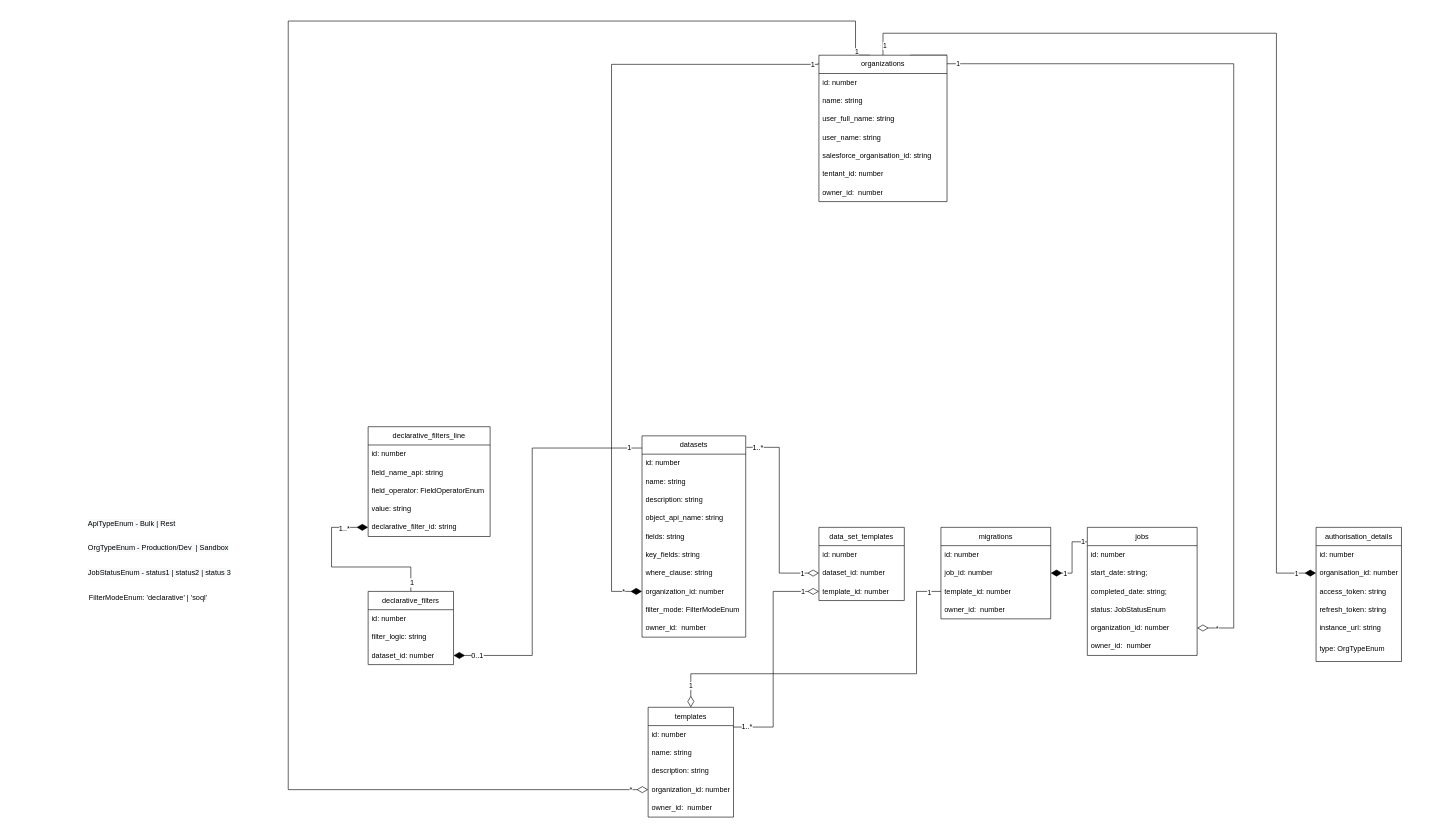
The draw.io diagram dm-database.drawio in dtrrk/umldiagrams, before the edit. Source tidied: cells renumbered, new cells numbered last; positions are measured from the earlier drawing's top-left corner, leaving out a move shared by most shapes. Both pictures are drawn from the tidied source at 61%, with x=0, y=0 at pixel (81, 21).
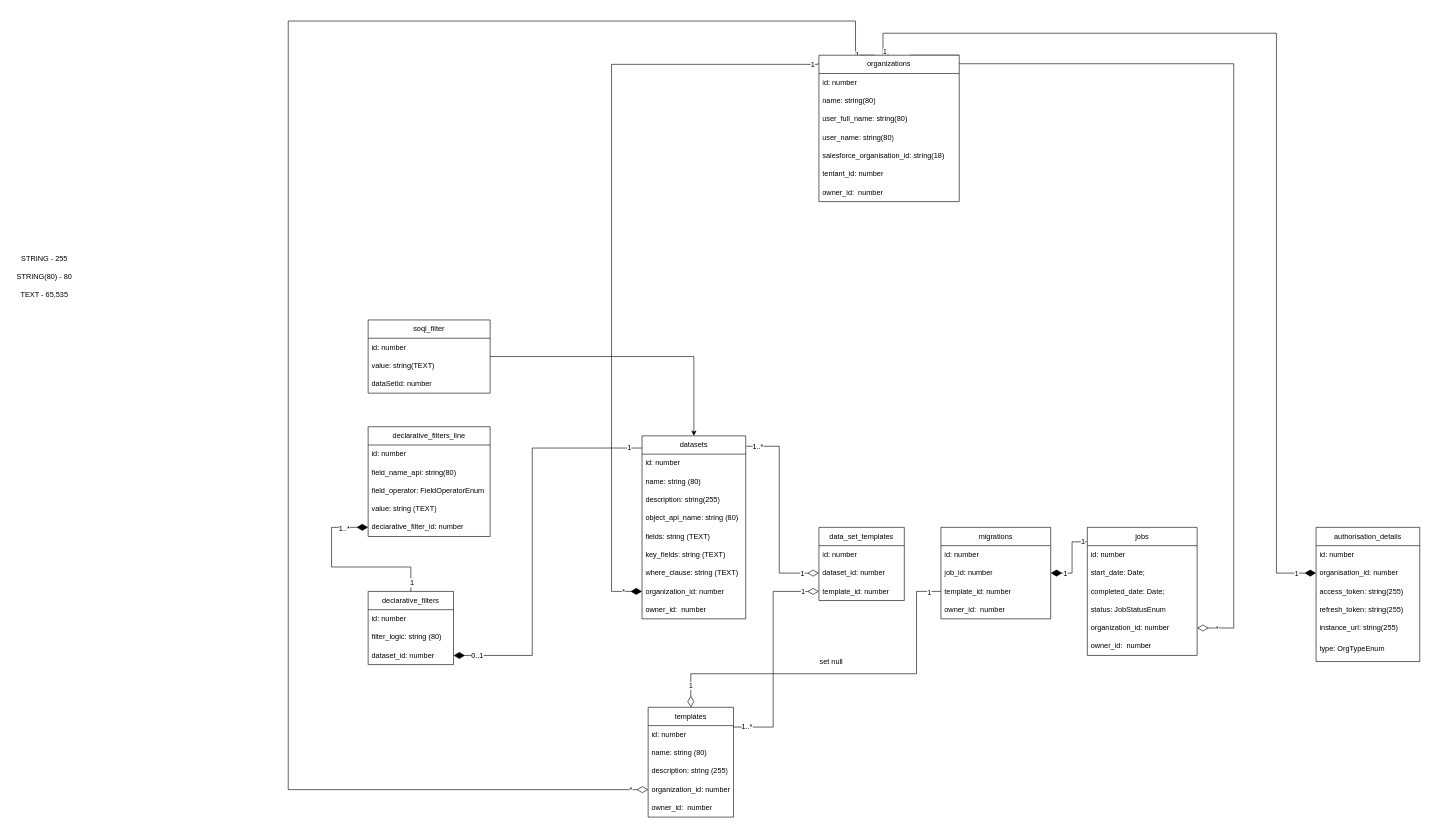
The same page after the edit.

The change refers to these unchanged cells:
```xml
<mxCell id="22" value="templates" style="swimlane;fontStyle=0;horizontal=1;startSize=30;whiteSpace=wrap;html=1;strokeColor=default;" parent="1" vertex="1">
  <mxGeometry x="930" y="1125" width="140" height="180" as="geometry" />
</mxCell>
<mxCell id="35" value="jobs" style="swimlane;fontStyle=0;horizontal=1;startSize=30;whiteSpace=wrap;html=1;strokeColor=default;" parent="1" vertex="1">
  <mxGeometry x="1650" y="830" width="180" height="210" as="geometry" />
</mxCell>
<mxCell id="78" value="declarative_filters" style="swimlane;fontStyle=0;horizontal=1;startSize=30;whiteSpace=wrap;html=1;strokeColor=default;" parent="1" vertex="1">
  <mxGeometry x="471" y="935" width="140" height="120" as="geometry" />
</mxCell>
<mxCell id="82" value="declarative_filters_line" style="swimlane;fontStyle=0;horizontal=1;startSize=30;whiteSpace=wrap;html=1;strokeColor=default;" parent="1" vertex="1">
  <mxGeometry x="471" y="665" width="200" height="180" as="geometry" />
</mxCell>
```

Change to the diagram source:
```diff
@@
     <mxCell id="8" value="datasets" style="swimlane;fontStyle=0;horizontal=1;startSize=30;whiteSpace=wrap;html=1;strokeColor=default;" parent="1" vertex="1">
-      <mxGeometry x="920" y="680" width="170" height="330" as="geometry" />
+      <mxGeometry x="920" y="680" width="170" height="300" as="geometry" />
     </mxCell>
@@
-    <mxCell id="10" value="name: string" style="text;strokeColor=none;fillColor=none;align=left;verticalAlign=middle;spacingLeft=4;spacingRight=4;overflow=hidden;whiteSpace=wrap;html=1;" parent="8" vertex="1">
+    <mxCell id="10" value="name: string (80)" style="text;strokeColor=none;fillColor=none;align=left;verticalAlign=middle;spacingLeft=4;spacingRight=4;overflow=hidden;whiteSpace=wrap;html=1;" parent="8" vertex="1">
       <mxGeometry y="60" width="170" height="30" as="geometry" />
     </mxCell>
-    <mxCell id="11" value="description: string" style="text;strokeColor=none;fillColor=none;align=left;verticalAlign=middle;spacingLeft=4;spacingRight=4;overflow=hidden;whiteSpace=wrap;html=1;" parent="8" vertex="1">
+    <mxCell id="11" value="description: string(255)" style="text;strokeColor=none;fillColor=none;align=left;verticalAlign=middle;spacingLeft=4;spacingRight=4;overflow=hidden;whiteSpace=wrap;html=1;" parent="8" vertex="1">
       <mxGeometry y="90" width="170" height="30" as="geometry" />
     </mxCell>
-    <mxCell id="12" value="object_api_name: string&amp;nbsp;" style="text;strokeColor=none;fillColor=none;align=left;verticalAlign=middle;spacingLeft=4;spacingRight=4;overflow=hidden;whiteSpace=wrap;html=1;" parent="8" vertex="1">
+    <mxCell id="12" value="object_api_name: string (80)" style="text;strokeColor=none;fillColor=none;align=left;verticalAlign=middle;spacingLeft=4;spacingRight=4;overflow=hidden;whiteSpace=wrap;html=1;" parent="8" vertex="1">
       <mxGeometry y="120" width="170" height="30" as="geometry" />
     </mxCell>
-    <mxCell id="13" value="fields: string" style="text;strokeColor=none;fillColor=none;align=left;verticalAlign=middle;spacingLeft=4;spacingRight=4;overflow=hidden;whiteSpace=wrap;html=1;" parent="8" vertex="1">
+    <mxCell id="13" value="fields: string (TEXT)" style="text;strokeColor=none;fillColor=none;align=left;verticalAlign=middle;spacingLeft=4;spacingRight=4;overflow=hidden;whiteSpace=wrap;html=1;" parent="8" vertex="1">
       <mxGeometry y="150" width="170" height="30" as="geometry" />
     </mxCell>
-    <mxCell id="14" value="key_fields: string" style="text;strokeColor=none;fillColor=none;align=left;verticalAlign=middle;spacingLeft=4;spacingRight=4;overflow=hidden;whiteSpace=wrap;html=1;" parent="8" vertex="1">
+    <mxCell id="14" value="key_fields: string (TEXT)" style="text;strokeColor=none;fillColor=none;align=left;verticalAlign=middle;spacingLeft=4;spacingRight=4;overflow=hidden;whiteSpace=wrap;html=1;" parent="8" vertex="1">
       <mxGeometry y="180" width="170" height="30" as="geometry" />
     </mxCell>
-    <mxCell id="15" value="where_clause: string" style="text;strokeColor=none;fillColor=none;align=left;verticalAlign=middle;spacingLeft=4;spacingRight=4;overflow=hidden;whiteSpace=wrap;html=1;" parent="8" vertex="1">
+    <mxCell id="15" value="where_clause: string (TEXT)" style="text;strokeColor=none;fillColor=none;align=left;verticalAlign=middle;spacingLeft=4;spacingRight=4;overflow=hidden;whiteSpace=wrap;html=1;" parent="8" vertex="1">
       <mxGeometry y="210" width="170" height="30" as="geometry" />
     </mxCell>
@@
-    <mxCell id="17" value="filter_mode: FilterModeEnum" style="text;strokeColor=none;fillColor=none;align=left;verticalAlign=middle;spacingLeft=4;spacingRight=4;overflow=hidden;whiteSpace=wrap;html=1;" parent="8" vertex="1">
-      <mxGeometry y="270" width="170" height="30" as="geometry" />
-    </mxCell>
     <mxCell id="18" value="owner_id:&amp;nbsp; number" style="text;strokeColor=none;fillColor=none;align=left;verticalAlign=middle;spacingLeft=4;spacingRight=4;overflow=hidden;whiteSpace=wrap;html=1;" parent="8" vertex="1">
-      <mxGeometry y="300" width="170" height="30" as="geometry" />
+      <mxGeometry y="270" width="170" height="30" as="geometry" />
     </mxCell>
@@
-    <mxCell id="24" value="name: string" style="text;strokeColor=none;fillColor=none;align=left;verticalAlign=middle;spacingLeft=4;spacingRight=4;overflow=hidden;whiteSpace=wrap;html=1;" parent="22" vertex="1">
+    <mxCell id="24" value="name: string (80)" style="text;strokeColor=none;fillColor=none;align=left;verticalAlign=middle;spacingLeft=4;spacingRight=4;overflow=hidden;whiteSpace=wrap;html=1;" parent="22" vertex="1">
       <mxGeometry y="60" width="140" height="30" as="geometry" />
     </mxCell>
-    <mxCell id="25" value="description: string" style="text;strokeColor=none;fillColor=none;align=left;verticalAlign=middle;spacingLeft=4;spacingRight=4;overflow=hidden;whiteSpace=wrap;html=1;" parent="22" vertex="1">
+    <mxCell id="25" value="description: string (255)" style="text;strokeColor=none;fillColor=none;align=left;verticalAlign=middle;spacingLeft=4;spacingRight=4;overflow=hidden;whiteSpace=wrap;html=1;" parent="22" vertex="1">
       <mxGeometry y="90" width="140" height="30" as="geometry" />
     </mxCell>
@@
-    <mxCell id="37" value="start_date: string;" style="text;strokeColor=none;fillColor=none;align=left;verticalAlign=middle;spacingLeft=4;spacingRight=4;overflow=hidden;whiteSpace=wrap;html=1;" parent="35" vertex="1">
+    <mxCell id="37" value="start_date: Date;" style="text;strokeColor=none;fillColor=none;align=left;verticalAlign=middle;spacingLeft=4;spacingRight=4;overflow=hidden;whiteSpace=wrap;html=1;" parent="35" vertex="1">
       <mxGeometry y="60" width="180" height="30" as="geometry" />
     </mxCell>
-    <mxCell id="38" value="completed_date: string;" style="text;strokeColor=none;fillColor=none;align=left;verticalAlign=middle;spacingLeft=4;spacingRight=4;overflow=hidden;whiteSpace=wrap;html=1;" parent="35" vertex="1">
+    <mxCell id="38" value="completed_date: Date;" style="text;strokeColor=none;fillColor=none;align=left;verticalAlign=middle;spacingLeft=4;spacingRight=4;overflow=hidden;whiteSpace=wrap;html=1;" parent="35" vertex="1">
       <mxGeometry y="90" width="180" height="30" as="geometry" />
     </mxCell>
@@
     <mxCell id="51" value="organizations" style="swimlane;fontStyle=0;horizontal=1;startSize=30;whiteSpace=wrap;html=1;strokeColor=default;" parent="1" vertex="1">
-      <mxGeometry x="1210" y="56" width="210" height="240" as="geometry" />
+      <mxGeometry x="1210" y="56" width="230" height="240" as="geometry" />
     </mxCell>
     <mxCell id="52" value="id: number" style="text;strokeColor=none;fillColor=none;align=left;verticalAlign=middle;spacingLeft=4;spacingRight=4;overflow=hidden;whiteSpace=wrap;html=1;" parent="51" vertex="1">
-      <mxGeometry y="30" width="210" height="30" as="geometry" />
+      <mxGeometry y="30" width="230" height="30" as="geometry" />
     </mxCell>
-    <mxCell id="53" value="name: string" style="text;strokeColor=none;fillColor=none;align=left;verticalAlign=middle;spacingLeft=4;spacingRight=4;overflow=hidden;whiteSpace=wrap;html=1;" parent="51" vertex="1">
-      <mxGeometry y="60" width="210" height="30" as="geometry" />
+    <mxCell id="53" value="name: string(80)" style="text;strokeColor=none;fillColor=none;align=left;verticalAlign=middle;spacingLeft=4;spacingRight=4;overflow=hidden;whiteSpace=wrap;html=1;" parent="51" vertex="1">
+      <mxGeometry y="60" width="230" height="30" as="geometry" />
     </mxCell>
-    <mxCell id="54" value="user_full_name: string" style="text;strokeColor=none;fillColor=none;align=left;verticalAlign=middle;spacingLeft=4;spacingRight=4;overflow=hidden;whiteSpace=wrap;html=1;" parent="51" vertex="1">
-      <mxGeometry y="90" width="210" height="30" as="geometry" />
+    <mxCell id="54" value="user_full_name: string(80)" style="text;strokeColor=none;fillColor=none;align=left;verticalAlign=middle;spacingLeft=4;spacingRight=4;overflow=hidden;whiteSpace=wrap;html=1;" parent="51" vertex="1">
+      <mxGeometry y="90" width="230" height="30" as="geometry" />
     </mxCell>
-    <mxCell id="55" value="user_name: string" style="text;strokeColor=none;fillColor=none;align=left;verticalAlign=middle;spacingLeft=4;spacingRight=4;overflow=hidden;whiteSpace=wrap;html=1;" parent="51" vertex="1">
-      <mxGeometry y="120" width="210" height="30" as="geometry" />
+    <mxCell id="55" value="user_name: string(80)" style="text;strokeColor=none;fillColor=none;align=left;verticalAlign=middle;spacingLeft=4;spacingRight=4;overflow=hidden;whiteSpace=wrap;html=1;" parent="51" vertex="1">
+      <mxGeometry y="120" width="230" height="30" as="geometry" />
     </mxCell>
-    <mxCell id="56" value="salesforce_organisation_id: string" style="text;strokeColor=none;fillColor=none;align=left;verticalAlign=middle;spacingLeft=4;spacingRight=4;overflow=hidden;whiteSpace=wrap;html=1;" parent="51" vertex="1">
-      <mxGeometry y="150" width="210" height="30" as="geometry" />
+    <mxCell id="56" value="salesforce_organisation_id: string(18)" style="text;strokeColor=none;fillColor=none;align=left;verticalAlign=middle;spacingLeft=4;spacingRight=4;overflow=hidden;whiteSpace=wrap;html=1;" parent="51" vertex="1">
+      <mxGeometry y="150" width="230" height="30" as="geometry" />
     </mxCell>
     <mxCell id="57" value="tentant_id: number" style="text;strokeColor=none;fillColor=none;align=left;verticalAlign=middle;spacingLeft=4;spacingRight=4;overflow=hidden;whiteSpace=wrap;html=1;" parent="51" vertex="1">
-      <mxGeometry y="180" width="210" height="30" as="geometry" />
+      <mxGeometry y="180" width="230" height="30" as="geometry" />
     </mxCell>
     <mxCell id="58" value="owner_id:&amp;nbsp; number" style="text;strokeColor=none;fillColor=none;align=left;verticalAlign=middle;spacingLeft=4;spacingRight=4;overflow=hidden;whiteSpace=wrap;html=1;" parent="51" vertex="1">
-      <mxGeometry y="210" width="210" height="30" as="geometry" />
+      <mxGeometry y="210" width="230" height="30" as="geometry" />
     </mxCell>
     <mxCell id="59" value="authorisation_details" style="swimlane;fontStyle=0;horizontal=1;startSize=30;whiteSpace=wrap;html=1;strokeColor=default;" parent="1" vertex="1">
-      <mxGeometry x="2025" y="830" width="140" height="220" as="geometry" />
+      <mxGeometry x="2025" y="830" width="170" height="220" as="geometry" />
     </mxCell>
     <mxCell id="60" value="id: number" style="text;strokeColor=none;fillColor=none;align=left;verticalAlign=middle;spacingLeft=4;spacingRight=4;overflow=hidden;whiteSpace=wrap;html=1;" parent="59" vertex="1">
-      <mxGeometry y="30" width="140" height="30" as="geometry" />
+      <mxGeometry y="30" width="170" height="30" as="geometry" />
     </mxCell>
     <mxCell id="61" value="organisation_id: number" style="text;strokeColor=none;fillColor=none;align=left;verticalAlign=middle;spacingLeft=4;spacingRight=4;overflow=hidden;points=[[0,0.5],[1,0.5]];portConstraint=eastwest;whiteSpace=wrap;html=1;" parent="59" vertex="1">
-      <mxGeometry y="60" width="140" height="30" as="geometry" />
+      <mxGeometry y="60" width="170" height="30" as="geometry" />
     </mxCell>
-    <mxCell id="62" value="access_token: string" style="text;strokeColor=none;fillColor=none;align=left;verticalAlign=middle;spacingLeft=4;spacingRight=4;overflow=hidden;whiteSpace=wrap;html=1;" parent="59" vertex="1">
-      <mxGeometry y="90" width="140" height="30" as="geometry" />
+    <mxCell id="62" value="access_token: string(255)" style="text;strokeColor=none;fillColor=none;align=left;verticalAlign=middle;spacingLeft=4;spacingRight=4;overflow=hidden;whiteSpace=wrap;html=1;" parent="59" vertex="1">
+      <mxGeometry y="90" width="170" height="30" as="geometry" />
     </mxCell>
-    <mxCell id="63" value="refresh_token: string" style="text;strokeColor=none;fillColor=none;align=left;verticalAlign=middle;spacingLeft=4;spacingRight=4;overflow=hidden;whiteSpace=wrap;html=1;" parent="59" vertex="1">
-      <mxGeometry y="120" width="140" height="30" as="geometry" />
+    <mxCell id="63" value="refresh_token: string(255)" style="text;strokeColor=none;fillColor=none;align=left;verticalAlign=middle;spacingLeft=4;spacingRight=4;overflow=hidden;whiteSpace=wrap;html=1;" parent="59" vertex="1">
+      <mxGeometry y="120" width="170" height="30" as="geometry" />
     </mxCell>
-    <mxCell id="64" value="instance_url: string" style="text;strokeColor=none;fillColor=none;align=left;verticalAlign=middle;spacingLeft=4;spacingRight=4;overflow=hidden;whiteSpace=wrap;html=1;" parent="59" vertex="1">
-      <mxGeometry y="150" width="140" height="30" as="geometry" />
+    <mxCell id="64" value="instance_url: string(255)" style="text;strokeColor=none;fillColor=none;align=left;verticalAlign=middle;spacingLeft=4;spacingRight=4;overflow=hidden;whiteSpace=wrap;html=1;" parent="59" vertex="1">
+      <mxGeometry y="150" width="170" height="30" as="geometry" />
     </mxCell>
     <mxCell id="65" value="type: OrgTypeEnum" style="text;strokeColor=none;fillColor=none;align=left;verticalAlign=middle;spacingLeft=4;spacingRight=4;overflow=hidden;whiteSpace=wrap;html=1;" parent="59" vertex="1">
-      <mxGeometry y="180" width="140" height="40" as="geometry" />
+      <mxGeometry y="180" width="170" height="40" as="geometry" />
     </mxCell>
-    <mxCell id="66" value="&lt;span style=&quot;color: rgb(0, 0, 0); font-family: Helvetica; font-size: 12px; font-style: normal; font-variant-ligatures: normal; font-variant-caps: normal; font-weight: 400; letter-spacing: normal; orphans: 2; text-align: left; text-indent: 0px; text-transform: none; widows: 2; word-spacing: 0px; -webkit-text-stroke-width: 0px; background-color: rgb(248, 249, 250); text-decoration-thickness: initial; text-decoration-style: initial; text-decoration-color: initial; float: none; display: inline !important;&quot;&gt;ApiTypeEnum - Bulk | Rest&lt;/span&gt;" style="text;whiteSpace=wrap;html=1;" parent="1" vertex="1">
-      <mxGeometry x="10" y="810" width="180" height="40" as="geometry" />
-    </mxCell>
-    <mxCell id="67" value="&lt;span style=&quot;color: rgb(0, 0, 0); font-family: Helvetica; font-size: 12px; font-style: normal; font-variant-ligatures: normal; font-variant-caps: normal; font-weight: 400; letter-spacing: normal; orphans: 2; text-align: left; text-indent: 0px; text-transform: none; widows: 2; word-spacing: 0px; -webkit-text-stroke-width: 0px; background-color: rgb(248, 249, 250); text-decoration-thickness: initial; text-decoration-style: initial; text-decoration-color: initial; float: none; display: inline !important;&quot;&gt;OrgTypeEnum - Production/Dev&amp;nbsp; | Sandbox&lt;/span&gt;" style="text;whiteSpace=wrap;html=1;" parent="1" vertex="1">
-      <mxGeometry x="10" y="850" width="250" height="40" as="geometry" />
-    </mxCell>
-    <mxCell id="68" value="&lt;span style=&quot;color: rgb(0, 0, 0); font-family: Helvetica; font-size: 12px; font-style: normal; font-variant-ligatures: normal; font-variant-caps: normal; font-weight: 400; letter-spacing: normal; orphans: 2; text-align: left; text-indent: 0px; text-transform: none; widows: 2; word-spacing: 0px; -webkit-text-stroke-width: 0px; background-color: rgb(248, 249, 250); text-decoration-thickness: initial; text-decoration-style: initial; text-decoration-color: initial; float: none; display: inline !important;&quot;&gt;JobStatusEnum - status1 | status2 | status 3&lt;/span&gt;" style="text;whiteSpace=wrap;html=1;fontSize=8;" parent="1" vertex="1">
-      <mxGeometry x="10" y="890" width="250" height="40" as="geometry" />
-    </mxCell>
-    <mxCell id="69" value="&lt;font style=&quot;font-size: 12px;&quot;&gt;&lt;span style=&quot;text-align: left;&quot;&gt;FilterModeEnum&lt;/span&gt;: 'declarative' | 'soql'&lt;/font&gt;" style="text;html=1;align=center;verticalAlign=middle;strokeColor=none;fillColor=none;fontSize=8;" parent="1" vertex="1">
-      <mxGeometry y="930" width="220" height="30" as="geometry" />
-    </mxCell>
@@
-    <mxCell id="80" value="filter_logic: string" style="text;strokeColor=none;fillColor=none;align=left;verticalAlign=middle;spacingLeft=4;spacingRight=4;overflow=hidden;whiteSpace=wrap;html=1;" parent="78" vertex="1">
+    <mxCell id="80" value="filter_logic: string (80)" style="text;strokeColor=none;fillColor=none;align=left;verticalAlign=middle;spacingLeft=4;spacingRight=4;overflow=hidden;whiteSpace=wrap;html=1;" parent="78" vertex="1">
       <mxGeometry y="60" width="140" height="30" as="geometry" />
     </mxCell>
@@
-    <mxCell id="84" value="field_name_api: string" style="text;strokeColor=none;fillColor=none;align=left;verticalAlign=middle;spacingLeft=4;spacingRight=4;overflow=hidden;whiteSpace=wrap;html=1;" parent="82" vertex="1">
+    <mxCell id="84" value="field_name_api: string(80)" style="text;strokeColor=none;fillColor=none;align=left;verticalAlign=middle;spacingLeft=4;spacingRight=4;overflow=hidden;whiteSpace=wrap;html=1;" parent="82" vertex="1">
       <mxGeometry y="60" width="200" height="30" as="geometry" />
     </mxCell>
@@
-    <mxCell id="86" value="value: string" style="text;strokeColor=none;fillColor=none;align=left;verticalAlign=middle;spacingLeft=4;spacingRight=4;overflow=hidden;whiteSpace=wrap;html=1;" parent="82" vertex="1">
+    <mxCell id="86" value="value: string (TEXT)" style="text;strokeColor=none;fillColor=none;align=left;verticalAlign=middle;spacingLeft=4;spacingRight=4;overflow=hidden;whiteSpace=wrap;html=1;" parent="82" vertex="1">
       <mxGeometry y="120" width="200" height="30" as="geometry" />
     </mxCell>
-    <mxCell id="87" value="declarative_filter_id: string" style="text;strokeColor=none;fillColor=none;align=left;verticalAlign=middle;spacingLeft=4;spacingRight=4;overflow=hidden;points=[[0,0.5],[1,0.5]];portConstraint=eastwest;whiteSpace=wrap;html=1;" parent="82" vertex="1">
+    <mxCell id="87" value="declarative_filter_id: number" style="text;strokeColor=none;fillColor=none;align=left;verticalAlign=middle;spacingLeft=4;spacingRight=4;overflow=hidden;points=[[0,0.5],[1,0.5]];portConstraint=eastwest;whiteSpace=wrap;html=1;" parent="82" vertex="1">
       <mxGeometry y="150" width="200" height="30" as="geometry" />
     </mxCell>
@@
+    <mxCell id="94" value="set null" style="text;html=1;align=center;verticalAlign=middle;strokeColor=none;fillColor=none;" parent="1" vertex="1">
+      <mxGeometry x="1200" y="1035" width="60" height="30" as="geometry" />
+    </mxCell>
+    <mxCell id="95" style="edgeStyle=orthogonalEdgeStyle;rounded=0;jettySize=auto;html=1;" parent="1" edge="1" source="96" target="8">
+      <mxGeometry relative="1" as="geometry" />
+    </mxCell>
+    <mxCell id="96" value="soql_filter" style="swimlane;fontStyle=0;horizontal=1;startSize=30;whiteSpace=wrap;html=1;strokeColor=default;" parent="1" vertex="1">
+      <mxGeometry x="471" y="490" width="200" height="120" as="geometry" />
+    </mxCell>
+    <mxCell id="97" value="id: number" style="text;strokeColor=none;fillColor=none;align=left;verticalAlign=middle;spacingLeft=4;spacingRight=4;overflow=hidden;whiteSpace=wrap;html=1;" parent="96" vertex="1">
+      <mxGeometry y="30" width="200" height="30" as="geometry" />
+    </mxCell>
+    <mxCell id="98" value="value: string(TEXT)" style="text;strokeColor=none;fillColor=none;align=left;verticalAlign=middle;spacingLeft=4;spacingRight=4;overflow=hidden;whiteSpace=wrap;html=1;" parent="96" vertex="1">
+      <mxGeometry y="60" width="200" height="30" as="geometry" />
+    </mxCell>
+    <mxCell id="99" value="dataSetId: number" style="text;strokeColor=none;fillColor=none;align=left;verticalAlign=middle;spacingLeft=4;spacingRight=4;overflow=hidden;whiteSpace=wrap;html=1;" parent="96" vertex="1">
+      <mxGeometry y="90" width="200" height="30" as="geometry" />
+    </mxCell>
+    <mxCell id="100" value="STRING - 255" style="text;html=1;align=center;verticalAlign=middle;strokeColor=none;fillColor=none;" parent="1" vertex="1">
+      <mxGeometry x="-110" y="375" width="100" height="30" as="geometry" />
+    </mxCell>
+    <mxCell id="101" value="STRING(80) - 80" style="text;html=1;align=center;verticalAlign=middle;strokeColor=none;fillColor=none;" parent="1" vertex="1">
+      <mxGeometry x="-115" y="404" width="110" height="30" as="geometry" />
+    </mxCell>
+    <mxCell id="102" value="TEXT - 65,535" style="text;html=1;align=center;verticalAlign=middle;strokeColor=none;fillColor=none;" parent="1" vertex="1">
+      <mxGeometry x="-110" y="434" width="100" height="30" as="geometry" />
+    </mxCell>
```
